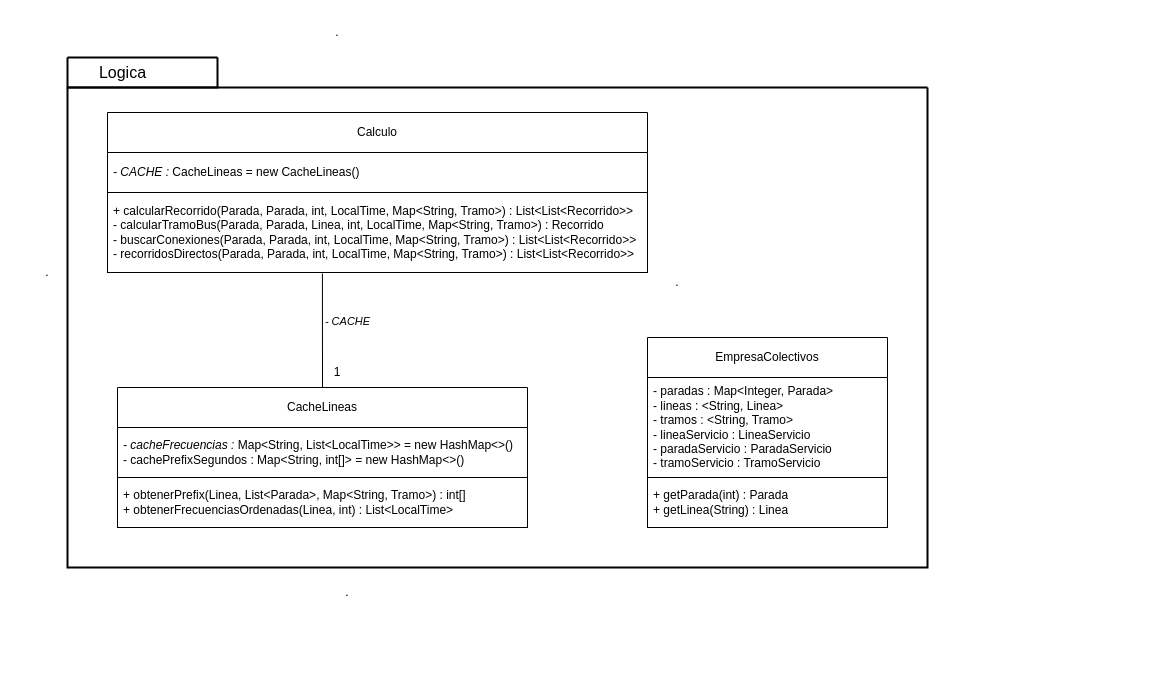
AverageZeko/POO-colectivos keeps this draw.io diagram as src/colectivo/doc/uml/drawio/colectivo.logica.drawio. Above is the earlier version. Source tidied: cells renumbered, new cells numbered last; positions are measured from the earlier drawing's top-left corner, leaving out a move shared by most shapes. Both pictures are drawn from the tidied source at 100%, with x=0, y=0 at pixel (17, 17).
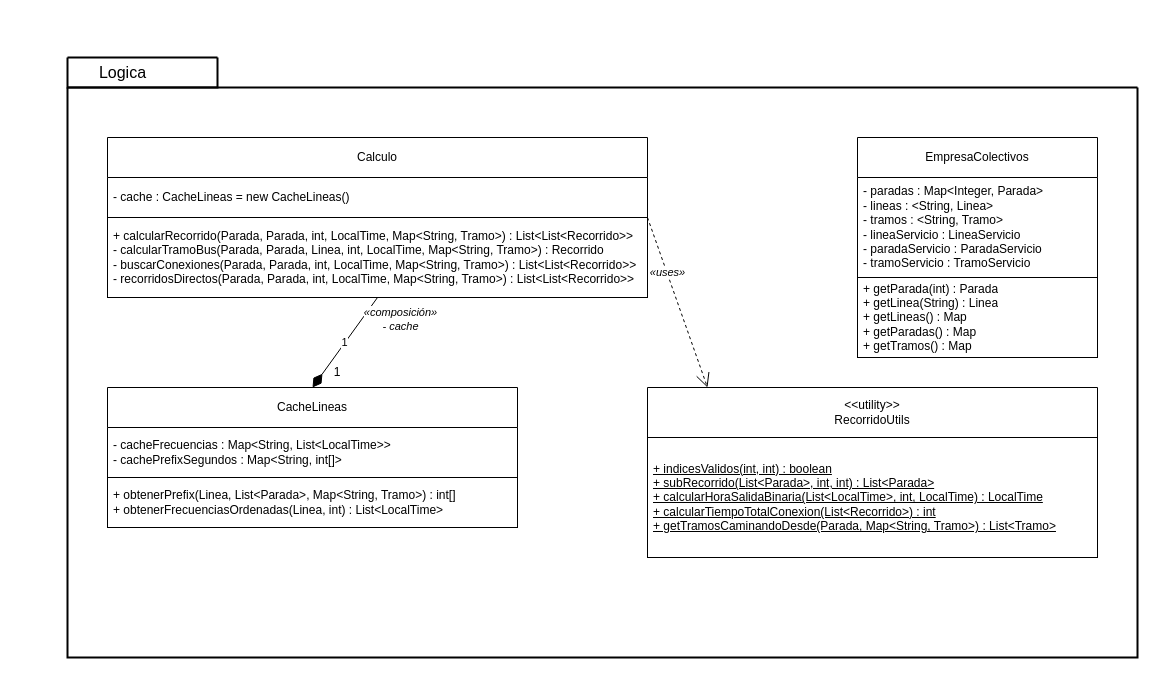
After the change.

Unchanged cells that the change refers to:
```xml
<mxCell id="8" value="&lt;div&gt;+ calcularRecorrido(Parada, Parada, int, LocalTime, Map&amp;lt;String, Tramo&amp;gt;) : List&amp;lt;List&amp;lt;Recorrido&amp;gt;&amp;gt;&lt;/div&gt;&lt;div&gt;- calcularTramoBus(Parada, Parada, Linea, int, LocalTime, Map&amp;lt;String, Tramo&amp;gt;) : Recorrido&lt;/div&gt;&lt;div&gt;- buscarConexiones(Parada, Parada, int, LocalTime, Map&amp;lt;String, Tramo&amp;gt;) : List&amp;lt;List&amp;lt;Recorrido&amp;gt;&amp;gt;&lt;/div&gt;&lt;div&gt;- recorridosDirectos(Parada, Parada, int, LocalTime, Map&amp;lt;String, Tramo&amp;gt;) :&amp;nbsp;List&amp;lt;List&amp;lt;Recorrido&amp;gt;&amp;gt;&lt;/div&gt;" style="text;strokeColor=default;fillColor=none;align=left;verticalAlign=middle;spacingLeft=4;spacingRight=4;overflow=hidden;points=[[0,0.5],[1,0.5]];portConstraint=eastwest;whiteSpace=wrap;html=1;" parent="6" vertex="1">
  <mxGeometry y="80" width="540" height="80" as="geometry" />
</mxCell>
```

The edit, as a diff of the source:
```diff
@@
     <mxCell id="2" style="swimlane;startSize=0;align=center;strokeWidth=2;" parent="1" vertex="1">
-      <mxGeometry x="50" y="70" width="860" height="480" as="geometry" />
+      <mxGeometry x="50" y="70" width="1070" height="570" as="geometry" />
     </mxCell>
     <mxCell id="3" value="EmpresaColectivos" style="swimlane;fontStyle=0;horizontal=1;startSize=40;whiteSpace=wrap;html=1;" parent="2" vertex="1">
-      <mxGeometry x="580" y="250" width="240" height="190" as="geometry" />
+      <mxGeometry x="790" y="50" width="240" height="220" as="geometry" />
     </mxCell>
@@
-    <mxCell id="5" value="&lt;div&gt;+ getParada(int) : Parada&lt;/div&gt;&lt;div&gt;+ getLinea(String) : Linea&lt;/div&gt;" style="text;strokeColor=default;fillColor=none;align=left;verticalAlign=middle;spacingLeft=4;spacingRight=4;overflow=hidden;whiteSpace=wrap;html=1;" parent="3" vertex="1">
-      <mxGeometry y="140" width="240" height="50" as="geometry" />
+    <mxCell id="5" value="&lt;div&gt;+ getParada(int) : Parada&lt;/div&gt;&lt;div&gt;+ getLinea(String) : Linea&lt;br&gt;&lt;/div&gt;&lt;div&gt;+ getLineas() : Map&lt;/div&gt;&lt;div&gt;+ getParadas() : Map&lt;/div&gt;&lt;div&gt;+ getTramos() : Map&lt;/div&gt;" style="text;strokeColor=default;fillColor=none;align=left;verticalAlign=middle;spacingLeft=4;spacingRight=4;overflow=hidden;whiteSpace=wrap;html=1;" parent="3" vertex="1">
+      <mxGeometry y="140" width="240" height="80" as="geometry" />
     </mxCell>
     <mxCell id="6" value="Calculo" style="swimlane;fontStyle=0;horizontal=1;startSize=40;whiteSpace=wrap;html=1;" parent="2" vertex="1">
-      <mxGeometry x="40" y="25" width="540" height="160" as="geometry" />
+      <mxGeometry x="40" y="50" width="540" height="160" as="geometry" />
     </mxCell>
-    <mxCell id="7" value="&lt;i&gt;- CACHE :&amp;nbsp;&lt;/i&gt;CacheLineas = new CacheLineas()" style="text;strokeColor=none;fillColor=none;align=left;verticalAlign=middle;spacingLeft=4;spacingRight=4;overflow=hidden;whiteSpace=wrap;html=1;" parent="6" vertex="1">
+    <mxCell id="7" value="- cache : CacheLineas = new CacheLineas()" style="text;strokeColor=none;fillColor=none;align=left;verticalAlign=middle;spacingLeft=4;spacingRight=4;overflow=hidden;whiteSpace=wrap;html=1;" parent="6" vertex="1">
       <mxGeometry y="40" width="540" height="40" as="geometry" />
     </mxCell>
@@
     <mxCell id="9" value="CacheLineas" style="swimlane;fontStyle=0;horizontal=1;startSize=40;whiteSpace=wrap;html=1;" parent="2" vertex="1">
-      <mxGeometry x="50" y="300" width="410" height="140" as="geometry" />
+      <mxGeometry x="40" y="300" width="410" height="140" as="geometry" />
     </mxCell>
-    <mxCell id="10" value="&lt;div&gt;&lt;i&gt;- cacheFrecuencias :&amp;nbsp;&lt;/i&gt;Map&amp;lt;String, List&amp;lt;LocalTime&amp;gt;&amp;gt; = new HashMap&amp;lt;&amp;gt;()&lt;/div&gt;&lt;div&gt;- cachePrefixSegundos : Map&amp;lt;String, int[]&amp;gt;&amp;nbsp;= new HashMap&amp;lt;&amp;gt;()&lt;/div&gt;" style="text;strokeColor=none;fillColor=none;align=left;verticalAlign=middle;spacingLeft=4;spacingRight=4;overflow=hidden;whiteSpace=wrap;html=1;" parent="9" vertex="1">
+    <mxCell id="10" value="&lt;div&gt;- cacheFrecuencias :&amp;nbsp;Map&amp;lt;String, List&amp;lt;LocalTime&amp;gt;&amp;gt;&lt;/div&gt;&lt;div&gt;- cachePrefixSegundos : Map&amp;lt;String, int[]&amp;gt;&lt;/div&gt;" style="text;strokeColor=none;fillColor=none;align=left;verticalAlign=middle;spacingLeft=4;spacingRight=4;overflow=hidden;whiteSpace=wrap;html=1;" parent="9" vertex="1">
       <mxGeometry y="40" width="410" height="50" as="geometry" />
     </mxCell>
-    <mxCell id="11" value="&lt;div&gt;+ obtenerPrefix(Linea, List&amp;lt;Parada&amp;gt;, Map&amp;lt;String, Tramo&amp;gt;) : int[]&lt;/div&gt;&lt;div&gt;+ obtenerFrecuenciasOrdenadas(Linea, int) : List&amp;lt;LocalTime&amp;gt;&lt;/div&gt;" style="text;strokeColor=default;fillColor=none;align=left;verticalAlign=middle;spacingLeft=4;spacingRight=4;overflow=hidden;whiteSpace=wrap;html=1;" parent="9" vertex="1">
+    <mxCell id="11" value="&lt;div&gt;+ obtenerPrefix(Linea, List&amp;lt;Parada&amp;gt;, Map&amp;lt;String, Tramo&amp;gt;) : int[]&lt;/div&gt;&lt;div&gt;+ obtenerFrecuenciasOrdenadas(Linea, int) : List&amp;lt;LocalTime&gt;&lt;/div&gt;" style="text;strokeColor=default;fillColor=none;align=left;verticalAlign=middle;spacingLeft=4;spacingRight=4;overflow=hidden;whiteSpace=wrap;html=1;" parent="9" vertex="1">
       <mxGeometry y="90" width="410" height="50" as="geometry" />
     </mxCell>
-    <mxCell id="12" style="endArrow=none;html=1;rounded=0;exitX=0.5;exitY=0;exitDx=0;exitDy=0;entryX=0.398;entryY=1.013;entryDx=0;entryDy=0;entryPerimeter=0;endFill=0;" parent="2" edge="1" source="9" target="8">
+    <mxCell id="12" value="1" style="endArrow=diamondThin;html=1;rounded=0;exitX=0.5;exitY=1;exitDx=0;exitDy=0;entryX=0.5;entryY=0;entryDx=0;entryDy=0;endFill=1;endSize=14;startFill=0;" parent="2" edge="1" source="6" target="9">
       <mxGeometry relative="1" as="geometry" />
     </mxCell>
-    <mxCell id="13" value="&lt;i&gt;- CACHE&lt;/i&gt;" style="edgeLabel;html=1;align=center;verticalAlign=middle;" parent="12" vertex="1">
-      <mxGeometry x="0.16" y="-2" relative="1" as="geometry">
-        <mxPoint x="23" as="offset" />
+    <mxCell id="13" value="&lt;div&gt;&lt;i&gt;«composición»&lt;/i&gt;&lt;/div&gt;&lt;div&gt;&lt;i&gt;- cache&lt;br&gt;&lt;/i&gt;&lt;/div&gt;" style="edgeLabel;html=1;align=center;verticalAlign=middle;" parent="12" vertex="1">
+      <mxGeometry x="-0.41" y="-3" relative="1" as="geometry">
+        <mxPoint x="44" y="-3" as="offset" />
       </mxGeometry>
     </mxCell>
+    <mxCell id="21" value="&amp;lt;&amp;lt;utility&amp;gt;&amp;gt;&lt;br&gt;RecorridoUtils" style="swimlane;fontStyle=0;horizontal=1;startSize=50;whiteSpace=wrap;html=1;" parent="2" vertex="1">
+      <mxGeometry x="580" y="300" width="450" height="170" as="geometry" />
+    </mxCell>
+    <mxCell id="22" style="text;strokeColor=none;fillColor=none;align=left;verticalAlign=middle;spacingLeft=4;spacingRight=4;overflow=hidden;whiteSpace=wrap;html=1;" parent="21" vertex="1">
+      <mxGeometry y="50" width="450" as="geometry" />
+    </mxCell>
+    <mxCell id="23" value="&lt;div&gt;&lt;u&gt;+ indicesValidos(int, int) : boolean&lt;/u&gt;&lt;/div&gt;&lt;div&gt;&lt;u&gt;+ subRecorrido(List&amp;lt;Parada&amp;gt;, int, int) : List&amp;lt;Parada&amp;gt;&lt;/u&gt;&lt;/div&gt;&lt;div&gt;&lt;u&gt;+ calcularHoraSalidaBinaria(List&amp;lt;LocalTime&amp;gt;, int, LocalTime) : LocalTime&lt;/u&gt;&lt;/div&gt;&lt;div&gt;&lt;u&gt;+ calcularTiempoTotalConexion(List&amp;lt;Recorrido&amp;gt;) : int&lt;/u&gt;&lt;/div&gt;&lt;div&gt;&lt;u&gt;+ getTramosCaminandoDesde(Parada, Map&amp;lt;String, Tramo&amp;gt;) : List&amp;lt;Tramo&amp;gt;&lt;/u&gt;&lt;/div&gt;" style="text;strokeColor=default;fillColor=none;align=left;verticalAlign=middle;spacingLeft=4;spacingRight=4;overflow=hidden;whiteSpace=wrap;html=1;" parent="21" vertex="1">
+      <mxGeometry y="50" width="450" height="120" as="geometry" />
+    </mxCell>
+    <mxCell id="24" style="endArrow=open;endFill=0;endSize=12;html=1;rounded=0;exitX=1;exitY=0.5;exitDx=0;exitDy=0;dashed=1;" parent="2" edge="1" source="6">
+      <mxGeometry relative="1" as="geometry">
+        <mxPoint x="640" y="300" as="targetPoint" />
+      </mxGeometry>
+    </mxCell>
+    <mxCell id="25" value="&lt;i&gt;«uses»&lt;/i&gt;" style="edgeLabel;html=1;align=center;verticalAlign=middle;" parent="24" vertex="1">
+      <mxGeometry x="-0.36" relative="1" as="geometry" />
+    </mxCell>
@@
-    <mxCell id="16" value="." style="text;html=1;whiteSpace=wrap;strokeColor=none;fillColor=none;align=center;verticalAlign=middle;rounded=0;" parent="1" vertex="1">
-      <mxGeometry y="240" width="60" height="30" as="geometry" />
-    </mxCell>
-    <mxCell id="17" value="." style="text;html=1;whiteSpace=wrap;strokeColor=none;fillColor=none;align=center;verticalAlign=middle;rounded=0;" parent="1" vertex="1">
-      <mxGeometry x="630" y="250" width="60" height="30" as="geometry" />
-    </mxCell>
-    <mxCell id="18" value="." style="text;html=1;whiteSpace=wrap;strokeColor=none;fillColor=none;align=center;verticalAlign=middle;rounded=0;" parent="1" vertex="1">
-      <mxGeometry x="300" y="560" width="60" height="30" as="geometry" />
-    </mxCell>
-    <mxCell id="19" value="." style="text;html=1;whiteSpace=wrap;strokeColor=none;fillColor=none;align=center;verticalAlign=middle;rounded=0;" parent="1" vertex="1">
-      <mxGeometry x="290" width="60" height="30" as="geometry" />
-    </mxCell>
```
